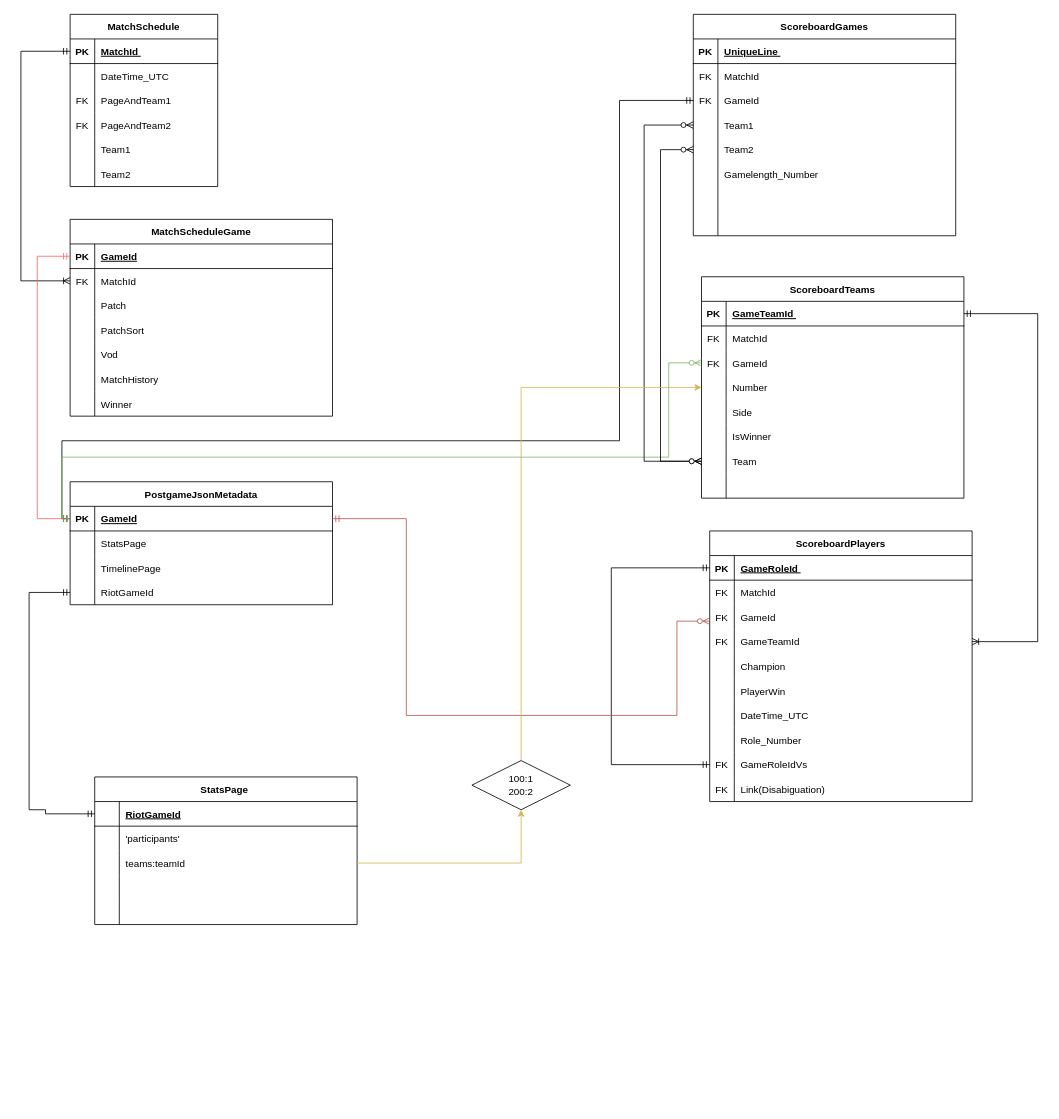
The draw.io diagram Untitled Diagram.drawio in EderReisS/API_LoL, before the edit. Source tidied: cells renumbered, new cells numbered last; positions are measured from the earlier drawing's top-left corner, leaving out a move shared by most shapes. Both pictures are drawn from the tidied source at 82%, with x=0, y=0 at pixel (20, 14).
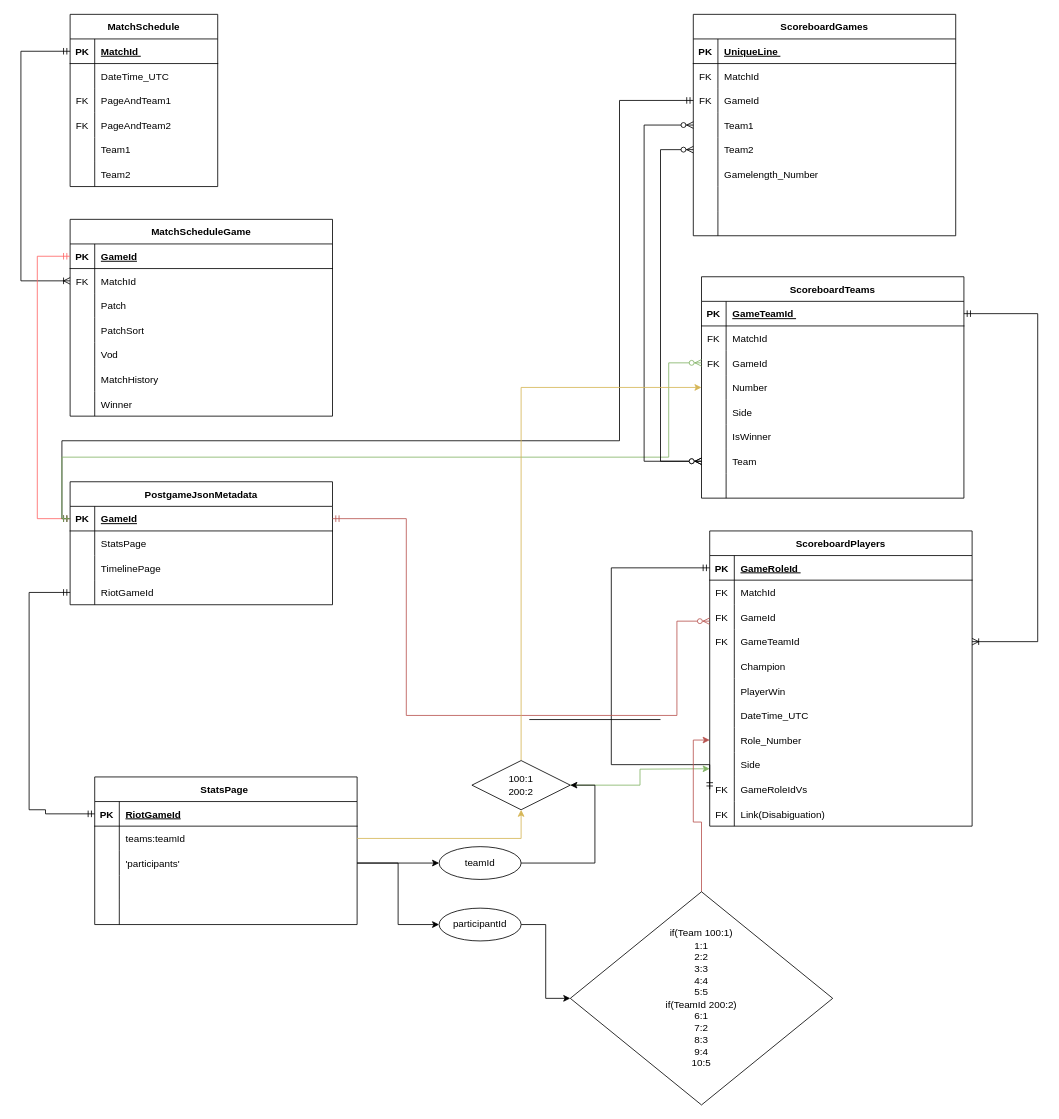
Above is the later version.

Commit message:
participant relations

The change refers to these unchanged cells:
```xml
<mxCell id="130" style="shape=tableRow;horizontal=0;startSize=0;swimlaneHead=0;swimlaneBody=0;fillColor=none;points=[[0,0.5],[1,0.5]];portConstraint=eastwest;top=0;left=0;right=0;bottom=0;" parent="108" vertex="1">
  <mxGeometry y="240" width="320" height="30" as="geometry" />
</mxCell>
<mxCell id="146" value="StatsPage " style="shape=table;startSize=30;childLayout=tableLayout;rowLines=0;fontStyle=1;align=center;" parent="1" vertex="1">
  <mxGeometry x="90" y="930" width="320" height="180" as="geometry" />
</mxCell>
<mxCell id="147" style="shape=tableRow;horizontal=0;startSize=0;swimlaneHead=0;swimlaneBody=0;fillColor=none;points=[[0,0.5],[1,0.5]];portConstraint=eastwest;top=0;left=0;right=0;bottom=1;" parent="146" vertex="1">
  <mxGeometry y="30" width="320" height="30" as="geometry" />
</mxCell>
<mxCell id="164" value="100:1&lt;br&gt;200:2" style="shape=rhombus;perimeter=rhombusPerimeter;whiteSpace=wrap;html=1;align=center;" parent="1" vertex="1">
  <mxGeometry x="550" y="910" width="120" height="60" as="geometry" />
</mxCell>
```

What changed in the source:
```diff
@@
     <mxCell id="108" value="ScoreboardPlayers" style="shape=table;startSize=30;childLayout=tableLayout;rowLines=0;fontStyle=1;align=center;" parent="1" vertex="1">
-      <mxGeometry x="840" y="630" width="320" height="330" as="geometry" />
+      <mxGeometry x="840" y="630" width="320" height="360" as="geometry" />
     </mxCell>
@@
+    <mxCell id="166" style="shape=tableRow;horizontal=0;startSize=0;swimlaneHead=0;swimlaneBody=0;fillColor=none;top=0;left=0;right=0;bottom=0;" parent="108" vertex="1">
+      <mxGeometry y="270" width="320" height="30" as="geometry" />
+    </mxCell>
+    <mxCell id="167" style="shape=partialRectangle;fillColor=none;top=0;left=0;bottom=0;right=0;overflow=hidden;" parent="166" vertex="1">
+      <mxGeometry width="30" height="30" as="geometry" />
+    </mxCell>
+    <mxCell id="168" value="Side" style="shape=partialRectangle;fillColor=none;top=0;left=0;bottom=0;right=0;align=left;spacingLeft=6;overflow=hidden;" parent="166" vertex="1">
+      <mxGeometry x="30" width="290" height="30" as="geometry" />
+    </mxCell>
     <mxCell id="133" style="shape=tableRow;horizontal=0;startSize=0;swimlaneHead=0;swimlaneBody=0;fillColor=none;points=[[0,0.5],[1,0.5]];portConstraint=eastwest;top=0;left=0;right=0;bottom=0;" parent="108" vertex="1">
-      <mxGeometry y="270" width="320" height="30" as="geometry" />
+      <mxGeometry y="300" width="320" height="30" as="geometry" />
     </mxCell>
@@
     <mxCell id="136" style="shape=tableRow;horizontal=0;startSize=0;swimlaneHead=0;swimlaneBody=0;fillColor=none;top=0;left=0;right=0;bottom=0;" parent="108" vertex="1">
-      <mxGeometry y="300" width="320" height="30" as="geometry" />
+      <mxGeometry y="330" width="320" height="30" as="geometry" />
     </mxCell>
@@
-    <mxCell id="148" style="shape=partialRectangle;fillColor=none;top=0;left=0;bottom=0;right=0;fontStyle=1;overflow=hidden;" parent="147" vertex="1">
+    <mxCell id="148" value="PK" style="shape=partialRectangle;fillColor=none;top=0;left=0;bottom=0;right=0;fontStyle=1;overflow=hidden;" parent="147" vertex="1">
       <mxGeometry width="30" height="30" as="geometry" />
     </mxCell>
@@
+    <mxCell id="153" style="shape=tableRow;horizontal=0;startSize=0;swimlaneHead=0;swimlaneBody=0;fillColor=none;points=[[0,0.5],[1,0.5]];portConstraint=eastwest;top=0;left=0;right=0;bottom=0;" parent="146" vertex="1">
+      <mxGeometry y="60" width="320" height="30" as="geometry" />
+    </mxCell>
+    <mxCell id="154" style="shape=partialRectangle;fillColor=none;top=0;left=0;bottom=0;right=0;overflow=hidden;" parent="153" vertex="1">
+      <mxGeometry width="30" height="30" as="geometry" />
+    </mxCell>
+    <mxCell id="155" value="teams:teamId" style="shape=partialRectangle;fillColor=none;top=0;left=0;bottom=0;right=0;align=left;spacingLeft=6;overflow=hidden;" parent="153" vertex="1">
+      <mxGeometry x="30" width="290" height="30" as="geometry" />
+    </mxCell>
     <mxCell id="150" style="shape=tableRow;horizontal=0;startSize=0;swimlaneHead=0;swimlaneBody=0;fillColor=none;points=[[0,0.5],[1,0.5]];portConstraint=eastwest;top=0;left=0;right=0;bottom=0;" parent="146" vertex="1">
-      <mxGeometry y="60" width="320" height="30" as="geometry" />
+      <mxGeometry y="90" width="320" height="30" as="geometry" />
     </mxCell>
@@
-    <mxCell id="153" style="shape=tableRow;horizontal=0;startSize=0;swimlaneHead=0;swimlaneBody=0;fillColor=none;points=[[0,0.5],[1,0.5]];portConstraint=eastwest;top=0;left=0;right=0;bottom=0;" parent="146" vertex="1">
-      <mxGeometry y="90" width="320" height="30" as="geometry" />
-    </mxCell>
-    <mxCell id="154" style="shape=partialRectangle;fillColor=none;top=0;left=0;bottom=0;right=0;overflow=hidden;" parent="153" vertex="1">
-      <mxGeometry width="30" height="30" as="geometry" />
-    </mxCell>
-    <mxCell id="155" value="teams:teamId" style="shape=partialRectangle;fillColor=none;top=0;left=0;bottom=0;right=0;align=left;spacingLeft=6;overflow=hidden;" parent="153" vertex="1">
-      <mxGeometry x="30" width="290" height="30" as="geometry" />
-    </mxCell>
@@
+    <mxCell id="169" style="edgeStyle=orthogonalEdgeStyle;rounded=0;jettySize=auto;html=1;fillColor=#d5e8d4;strokeColor=#82b366;" parent="1" edge="1" source="164">
+      <mxGeometry relative="1" as="geometry">
+        <mxPoint x="840" y="920" as="targetPoint" />
+      </mxGeometry>
+    </mxCell>
@@
+    <mxCell id="170" style="edgeStyle=orthogonalEdgeStyle;rounded=0;jettySize=auto;html=1;" parent="1" edge="1" source="171" target="178">
+      <mxGeometry relative="1" as="geometry" />
+    </mxCell>
+    <mxCell id="171" value="participantId" style="ellipse;whiteSpace=wrap;html=1;align=center;" parent="1" vertex="1">
+      <mxGeometry x="510" y="1090" width="100" height="40" as="geometry" />
+    </mxCell>
+    <mxCell id="172" style="endArrow=none;html=1;rounded=0;" parent="1" edge="1">
+      <mxGeometry relative="1" as="geometry">
+        <mxPoint x="620" y="860" as="sourcePoint" />
+        <mxPoint x="780" y="860" as="targetPoint" />
+      </mxGeometry>
+    </mxCell>
+    <mxCell id="173" style="edgeStyle=orthogonalEdgeStyle;rounded=0;jettySize=auto;html=1;exitX=1;exitY=0.5;exitDx=0;exitDy=0;entryX=1;entryY=0.5;entryDx=0;entryDy=0;" parent="1" edge="1" source="174" target="164">
+      <mxGeometry relative="1" as="geometry">
+        <Array as="points">
+          <mxPoint x="700" y="1035" />
+          <mxPoint x="700" y="940" />
+        </Array>
+      </mxGeometry>
+    </mxCell>
+    <mxCell id="174" value="&lt;span style=&quot;text-align: left;&quot;&gt;teamId&lt;/span&gt;" style="ellipse;whiteSpace=wrap;html=1;align=center;" parent="1" vertex="1">
+      <mxGeometry x="510" y="1015" width="100" height="40" as="geometry" />
+    </mxCell>
+    <mxCell id="175" style="edgeStyle=orthogonalEdgeStyle;rounded=0;jettySize=auto;html=1;exitX=1;exitY=0.5;exitDx=0;exitDy=0;entryX=0;entryY=0.5;entryDx=0;entryDy=0;" parent="1" edge="1" source="150" target="171">
+      <mxGeometry relative="1" as="geometry" />
+    </mxCell>
+    <mxCell id="176" style="edgeStyle=orthogonalEdgeStyle;rounded=0;jettySize=auto;html=1;exitX=1;exitY=0.5;exitDx=0;exitDy=0;entryX=0;entryY=0.5;entryDx=0;entryDy=0;" parent="1" edge="1" source="150" target="174">
+      <mxGeometry relative="1" as="geometry" />
+    </mxCell>
+    <mxCell id="177" style="edgeStyle=orthogonalEdgeStyle;rounded=0;jettySize=auto;html=1;entryX=0;entryY=0.5;entryDx=0;entryDy=0;fillColor=#f8cecc;strokeColor=#b85450;" parent="1" edge="1" source="178" target="130">
+      <mxGeometry relative="1" as="geometry" />
+    </mxCell>
+    <mxCell id="178" value="if(Team 100:1)&lt;br&gt;1:1&lt;br&gt;2:2&lt;br&gt;3:3&lt;br&gt;4:4&lt;br&gt;5:5&lt;br&gt;if(TeamId 200:2)&lt;br&gt;6:1&lt;br&gt;7:2&lt;br&gt;8:3&lt;br&gt;9:4&lt;br&gt;10:5" style="shape=rhombus;perimeter=rhombusPerimeter;whiteSpace=wrap;html=1;align=center;" parent="1" vertex="1">
+      <mxGeometry x="670" y="1070" width="320" height="260" as="geometry" />
+    </mxCell>
```
